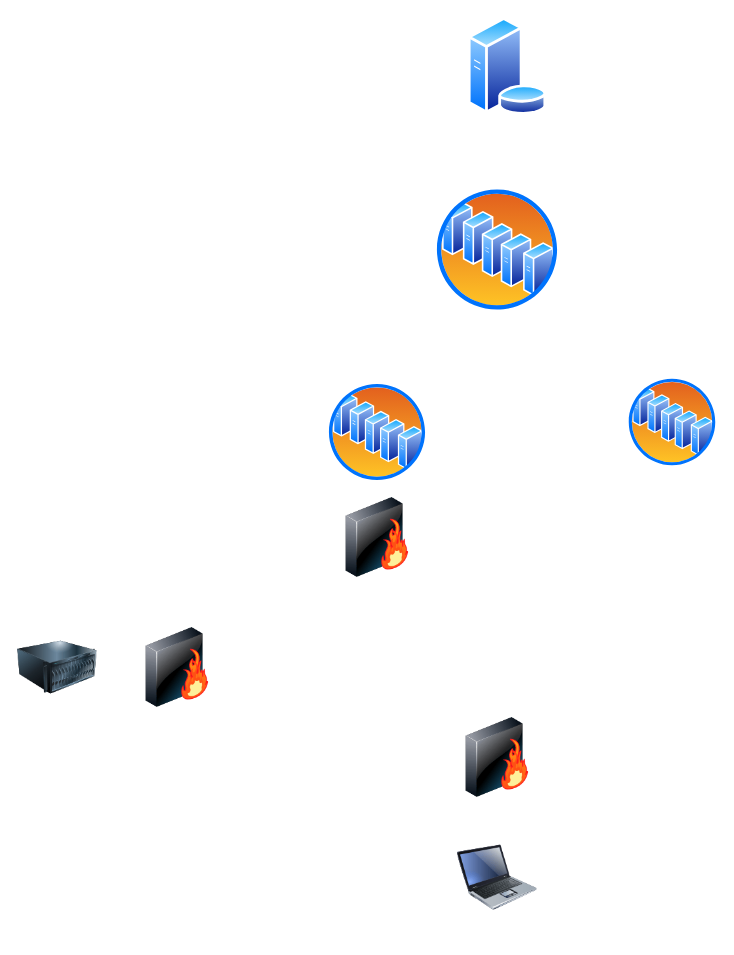
Earlier version of the draw.io diagram 0x11-what_happens_when_your_type_google_com_in_your_browser_and_press_enter/Untitled Diagram.drawio (getdaniel/alx-system_engineering-devops). Source tidied: cells renumbered, new cells numbered last; positions are measured from the earlier drawing's top-left corner, leaving out a move shared by most shapes. Both pictures are drawn from the tidied source at 100%, with x=0, y=0 at pixel (17, 17).
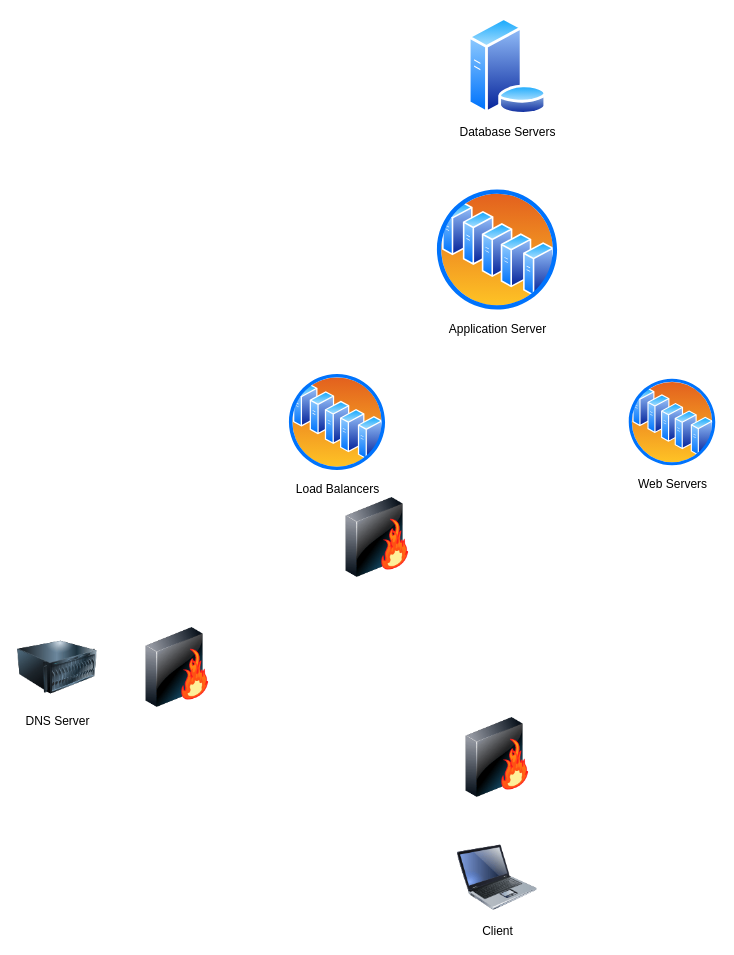
The same page after the edit.

Diff of the diagram source:
```diff
@@
 <mxGraphModel>
   <root>
     <mxCell id="0" />
     <mxCell id="1" parent="0" />
-    <mxCell id="2" style="image;html=1;image=img/lib/clip_art/computers/Laptop_128x128.png;" parent="1" vertex="1">
+    <mxCell id="2" value="Client" style="image;html=1;image=img/lib/clip_art/computers/Laptop_128x128.png;" parent="1" vertex="1">
       <mxGeometry x="440" y="820" width="80" height="80" as="geometry" />
     </mxCell>
-    <mxCell id="3" style="image;html=1;image=img/lib/clip_art/computers/Server_128x128.png;" parent="1" vertex="1">
+    <mxCell id="3" value="DNS Server" style="image;html=1;image=img/lib/clip_art/computers/Server_128x128.png;" parent="1" vertex="1">
       <mxGeometry y="610" width="80" height="80" as="geometry" />
     </mxCell>
     <mxCell id="4" style="image;html=1;image=img/lib/clip_art/networking/Firewall-page1_128x128.png;" parent="1" vertex="1">
       <mxGeometry x="440" y="700" width="80" height="80" as="geometry" />
     </mxCell>
     <mxCell id="5" style="image;html=1;image=img/lib/clip_art/networking/Firewall-page1_128x128.png;" parent="1" vertex="1">
       <mxGeometry x="120" y="610" width="80" height="80" as="geometry" />
     </mxCell>
     <mxCell id="6" style="image;html=1;image=img/lib/clip_art/networking/Firewall-page1_128x128.png;" parent="1" vertex="1">
       <mxGeometry x="320" y="480" width="80" height="80" as="geometry" />
     </mxCell>
-    <mxCell id="7" style="perimeter=ellipsePerimeter;html=1;align=center;shadow=0;dashed=0;spacingTop=3;image;image=img/lib/active_directory/server_farm.svg;" parent="1" vertex="1">
+    <mxCell id="7" value="Web Servers" style="perimeter=ellipsePerimeter;html=1;align=center;shadow=0;dashed=0;spacingTop=3;image;image=img/lib/active_directory/server_farm.svg;" parent="1" vertex="1">
       <mxGeometry x="610" y="360" width="90" height="90" as="geometry" />
     </mxCell>
-    <mxCell id="8" style="perimeter=ellipsePerimeter;html=1;align=center;shadow=0;dashed=0;spacingTop=3;image;image=img/lib/active_directory/server_farm.svg;" parent="1" vertex="1">
-      <mxGeometry x="310" y="365" width="100" height="100" as="geometry" />
+    <mxCell id="8" value="Load Balancers" style="perimeter=ellipsePerimeter;html=1;align=center;shadow=0;dashed=0;spacingTop=3;image;image=img/lib/active_directory/server_farm.svg;" parent="1" vertex="1">
+      <mxGeometry x="270" y="355" width="100" height="100" as="geometry" />
     </mxCell>
-    <mxCell id="9" style="perimeter=ellipsePerimeter;html=1;align=center;shadow=0;dashed=0;spacingTop=3;image;image=img/lib/active_directory/database_server.svg;" parent="1" vertex="1">
+    <mxCell id="9" value="Database Servers" style="perimeter=ellipsePerimeter;html=1;align=center;shadow=0;dashed=0;spacingTop=3;image;image=img/lib/active_directory/database_server.svg;" parent="1" vertex="1">
       <mxGeometry x="450" width="80" height="97.6" as="geometry" />
     </mxCell>
-    <mxCell id="10" style="perimeter=ellipsePerimeter;html=1;align=center;shadow=0;dashed=0;spacingTop=3;image;image=img/lib/active_directory/server_farm.svg;" parent="1" vertex="1">
+    <mxCell id="10" value="Application Server" style="perimeter=ellipsePerimeter;html=1;align=center;shadow=0;dashed=0;spacingTop=3;image;image=img/lib/active_directory/server_farm.svg;" parent="1" vertex="1">
       <mxGeometry x="417.5" y="170" width="125" height="125" as="geometry" />
     </mxCell>
   </root>
 </mxGraphModel>
```
